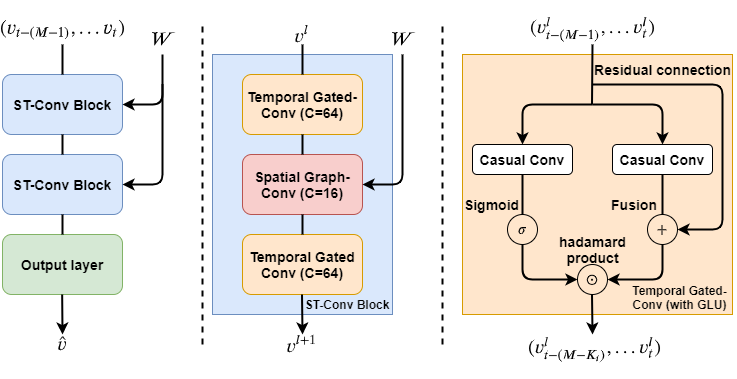
This is figure/stgcn_model_structure.png from hazdzz/STGCN, a draw.io export, as it was before one commit. Source tidied: cells renumbered, new cells last; positions are measured from the earlier drawing's top-left corner, leaving out a move shared by most shapes.
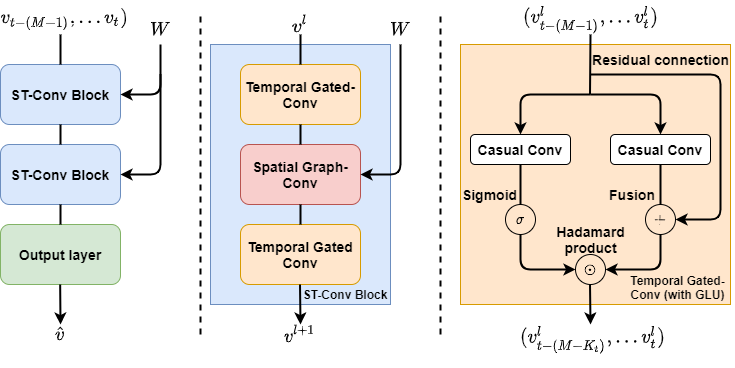
After the change.

Commit message:
change model structure figure

Diff of the diagram source:
```diff
@@ -68,13 +68,13 @@
     <mxCell id="17" value="&lt;b&gt;&lt;font style=&quot;font-size: 16px&quot;&gt;$$\hat{v}$$&lt;/font&gt;&lt;/b&gt;" style="text;html=1;strokeColor=none;fillColor=none;align=center;verticalAlign=middle;whiteSpace=wrap;rounded=0;" parent="2" vertex="1">
       <mxGeometry x="40" y="320" width="40" height="20" as="geometry" />
     </mxCell>
-    <mxCell id="18" value="&lt;span style=&quot;font-size: 14px&quot;&gt;&lt;b&gt;Temporal Gated-Conv (C=64)&lt;/b&gt;&lt;/span&gt;" style="rounded=1;whiteSpace=wrap;html=1;fillColor=#ffe6cc;strokeColor=#d79b00;" parent="2" vertex="1">
+    <mxCell id="18" value="&lt;span style=&quot;font-size: 14px&quot;&gt;&lt;b&gt;Temporal Gated-Conv&lt;br&gt;&lt;/b&gt;&lt;/span&gt;" style="rounded=1;whiteSpace=wrap;html=1;fillColor=#ffe6cc;strokeColor=#d79b00;" parent="2" vertex="1">
       <mxGeometry x="240" y="60" width="120" height="60" as="geometry" />
     </mxCell>
-    <mxCell id="19" value="&lt;span style=&quot;font-size: 14px&quot;&gt;&lt;b&gt;Spatial Graph-Conv (C=16)&lt;/b&gt;&lt;/span&gt;" style="rounded=1;whiteSpace=wrap;html=1;fillColor=#f8cecc;strokeColor=#b85450;" parent="2" vertex="1">
+    <mxCell id="19" value="&lt;span style=&quot;font-size: 14px&quot;&gt;&lt;b&gt;Spatial Graph-Conv&lt;/b&gt;&lt;/span&gt;" style="rounded=1;whiteSpace=wrap;html=1;fillColor=#f8cecc;strokeColor=#b85450;" parent="2" vertex="1">
       <mxGeometry x="240" y="140" width="120" height="60" as="geometry" />
     </mxCell>
-    <mxCell id="20" value="&lt;span style=&quot;font-size: 14px&quot;&gt;&lt;b&gt;Temporal Gated Conv (C=64)&lt;/b&gt;&lt;/span&gt;" style="rounded=1;whiteSpace=wrap;html=1;fillColor=#ffe6cc;strokeColor=#d79b00;" parent="2" vertex="1">
+    <mxCell id="20" value="&lt;span style=&quot;font-size: 14px&quot;&gt;&lt;b&gt;Temporal Gated Conv&lt;/b&gt;&lt;/span&gt;" style="rounded=1;whiteSpace=wrap;html=1;fillColor=#ffe6cc;strokeColor=#d79b00;" parent="2" vertex="1">
       <mxGeometry x="240" y="220" width="120" height="60" as="geometry" />
     </mxCell>
     <mxCell id="21" style="line;strokeWidth=2;direction=south;html=1;" parent="2" vertex="1">
@@ -212,7 +212,7 @@
     <mxCell id="50" value="&lt;font style=&quot;font-size: 14px&quot;&gt;&lt;b&gt;Residual connection&lt;/b&gt;&lt;/font&gt;" style="text;html=1;strokeColor=none;fillColor=none;align=center;verticalAlign=middle;whiteSpace=wrap;rounded=0;" parent="2" vertex="1">
       <mxGeometry x="586.8" y="35" width="146.5" height="40" as="geometry" />
     </mxCell>
-    <mxCell id="51" value="&lt;span style=&quot;font-size: 14px&quot;&gt;&lt;b&gt;hadamard product&lt;/b&gt;&lt;/span&gt;" style="text;html=1;strokeColor=none;fillColor=none;align=center;verticalAlign=middle;whiteSpace=wrap;rounded=0;" parent="2" vertex="1">
+    <mxCell id="51" value="&lt;span style=&quot;font-size: 14px&quot;&gt;&lt;b&gt;Hadamard product&lt;/b&gt;&lt;/span&gt;" style="text;html=1;strokeColor=none;fillColor=none;align=center;verticalAlign=middle;whiteSpace=wrap;rounded=0;" parent="2" vertex="1">
       <mxGeometry x="541.5" y="220" width="97" height="30" as="geometry" />
     </mxCell>
   </root>
```
